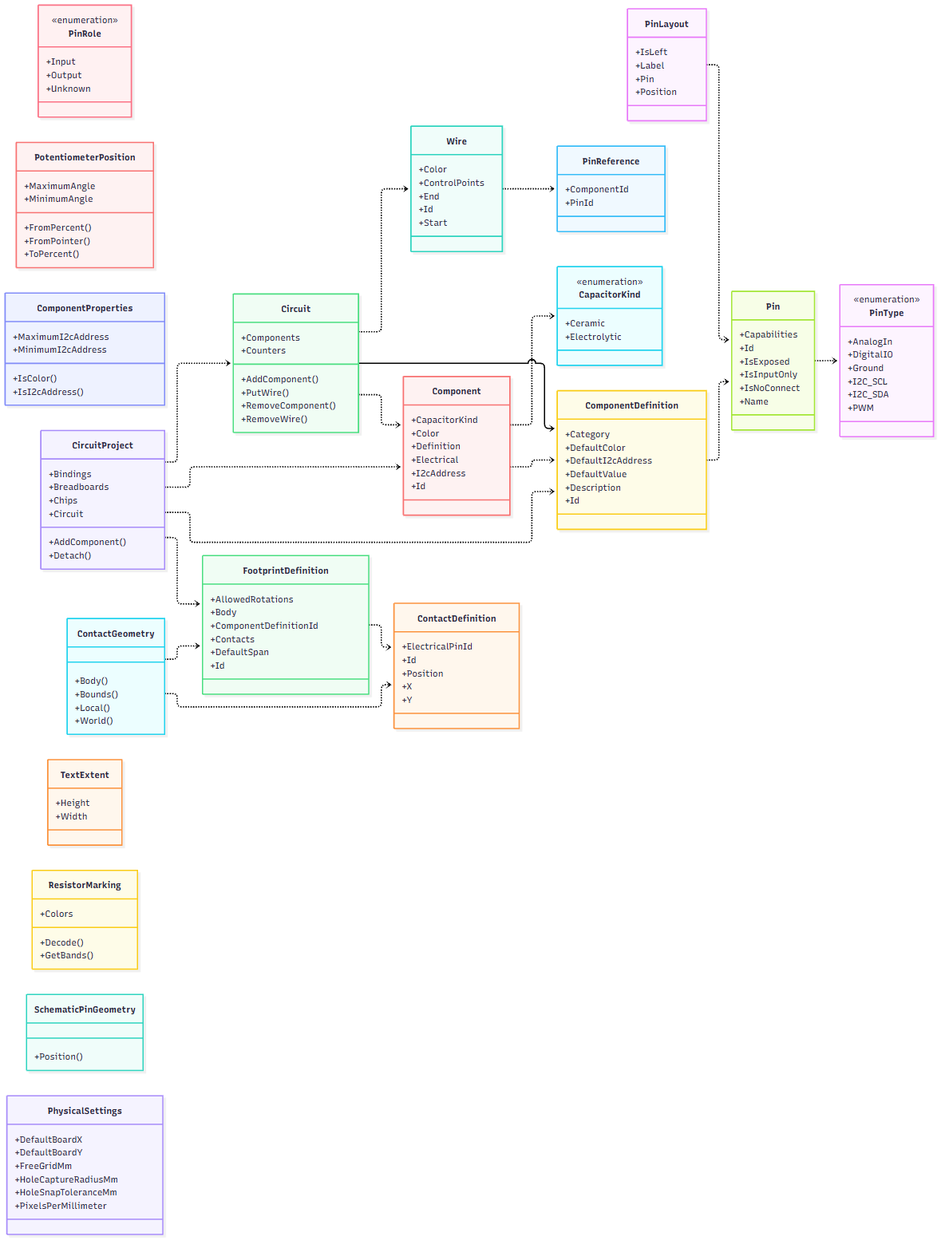
Before: docs/uml/images/model-core-02.png, a diagram exported from Mermaid (Ismail-DEV-dg/3D-physical-Technical-constructor). Its source is kept beside it as docs/uml/generated/model-core-02.mmd.
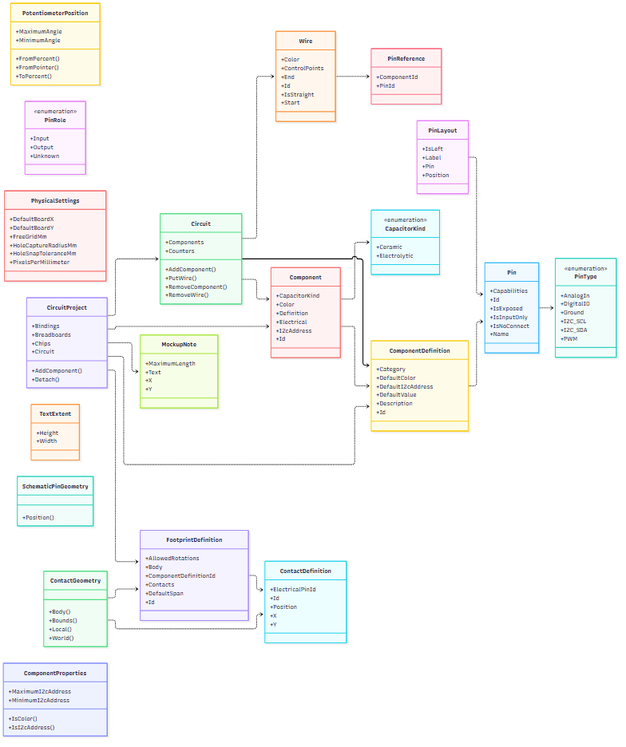
Above is the later version.

The edit, as a diff of the source:
```diff
@@ -47,83 +47,86 @@
     T09 : +IsI2cAddress()
     T09 : +MaximumI2cAddress
     T09 : +MinimumI2cAddress
-    class T10["Pin"]
-    T10 : +Capabilities
-    T10 : +Id
-    T10 : +IsExposed
-    T10 : +IsInputOnly
-    T10 : +IsNoConnect
-    T10 : +Name
-    class T11["PinReference"]
-    T11 : +ComponentId
-    T11 : +PinId
-    class T12["PinRole"]
-    <<enumeration>> T12
-    T12 : +Input
-    T12 : +Output
-    T12 : +Unknown
-    class T13["PinType"]
+    class T10["MockupNote"]
+    T10 : +MaximumLength
+    T10 : +Text
+    T10 : +X
+    T10 : +Y
+    class T11["Pin"]
+    T11 : +Capabilities
+    T11 : +Id
+    T11 : +IsExposed
+    T11 : +IsInputOnly
+    T11 : +IsNoConnect
+    T11 : +Name
+    class T12["PinReference"]
+    T12 : +ComponentId
+    T12 : +PinId
+    class T13["PinRole"]
     <<enumeration>> T13
-    T13 : +AnalogIn
-    T13 : +DigitalIO
-    T13 : +Ground
-    T13 : +I2C_SCL
-    T13 : +I2C_SDA
-    T13 : +PWM
-    class T14["Wire"]
-    T14 : +Color
-    T14 : +ControlPoints
-    T14 : +End
-    T14 : +Id
-    T14 : +Start
-    class T15["ContactDefinition"]
-    T15 : +ElectricalPinId
+    T13 : +Input
+    T13 : +Output
+    T13 : +Unknown
+    class T14["PinType"]
+    <<enumeration>> T14
+    T14 : +AnalogIn
+    T14 : +DigitalIO
+    T14 : +Ground
+    T14 : +I2C_SCL
+    T14 : +I2C_SDA
+    T14 : +PWM
+    class T15["Wire"]
+    T15 : +Color
+    T15 : +ControlPoints
+    T15 : +End
     T15 : +Id
-    T15 : +Position
-    T15 : +X
-    T15 : +Y
-    class T16["ContactGeometry"]
-    T16 : +Body()
-    T16 : +Bounds()
-    T16 : +Local()
-    T16 : +World()
-    class T17["FootprintDefinition"]
-    T17 : +AllowedRotations
-    T17 : +Body
-    T17 : +ComponentDefinitionId
-    T17 : +Contacts
-    T17 : +DefaultSpan
-    T17 : +Id
-    class T18["PhysicalSettings"]
-    T18 : +DefaultBoardX
-    T18 : +DefaultBoardY
-    T18 : +FreeGridMm
-    T18 : +HoleCaptureRadiusMm
-    T18 : +HoleSnapToleranceMm
-    T18 : +PixelsPerMillimeter
-    class T19["PotentiometerPosition"]
-    T19 : +FromPercent()
-    T19 : +FromPointer()
-    T19 : +MaximumAngle
-    T19 : +MinimumAngle
-    T19 : +ToPercent()
-    class T20["ResistorMarking"]
-    T20 : +Colors
-    T20 : +Decode()
-    T20 : +GetBands()
-    T01 ..> T10
+    T15 : +IsStraight
+    T15 : +Start
+    class T16["ContactDefinition"]
+    T16 : +ElectricalPinId
+    T16 : +Id
+    T16 : +Position
+    T16 : +X
+    T16 : +Y
+    class T17["ContactGeometry"]
+    T17 : +Body()
+    T17 : +Bounds()
+    T17 : +Local()
+    T17 : +World()
+    class T18["FootprintDefinition"]
+    T18 : +AllowedRotations
+    T18 : +Body
+    T18 : +ComponentDefinitionId
+    T18 : +Contacts
+    T18 : +DefaultSpan
+    T18 : +Id
+    class T19["PhysicalSettings"]
+    T19 : +DefaultBoardX
+    T19 : +DefaultBoardY
+    T19 : +FreeGridMm
+    T19 : +HoleCaptureRadiusMm
+    T19 : +HoleSnapToleranceMm
+    T19 : +PixelsPerMillimeter
+    class T20["PotentiometerPosition"]
+    T20 : +FromPercent()
+    T20 : +FromPointer()
+    T20 : +MaximumAngle
+    T20 : +MinimumAngle
+    T20 : +ToPercent()
+    T01 ..> T11
     T05 ..> T07
-    T05 ..> T14
+    T05 ..> T15
     T05 ..> T08
     T06 ..> T05
-    T06 ..> T17
+    T06 ..> T18
+    T06 ..> T10
     T06 ..> T07
     T06 ..> T08
     T07 ..> T08
     T07 ..> T04
-    T08 ..> T10
-    T10 ..> T13
-    T14 ..> T11
-    T16 ..> T17
-    T16 ..> T15
-    T17 ..> T15
+    T08 ..> T11
+    T11 ..> T14
+    T15 ..> T12
+    T17 ..> T18
+    T17 ..> T16
+    T18 ..> T16
```
